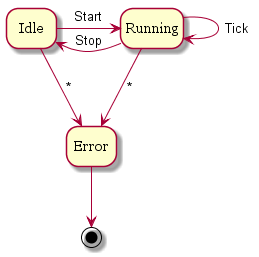
Earlier version of the PlantUML export ideas/timer_fsm.png (spritefullake/pomodoro). Its diagram source:
```plantuml
@startuml
skinparam state{
    FontName Georgia
}
hide empty description

Idle -right-> Running : Start
Running -left-> Idle : Stop
Running --> Running : Tick

Idle --> Error : *
Running --> Error : *

Error --> [*]

@enduml
```
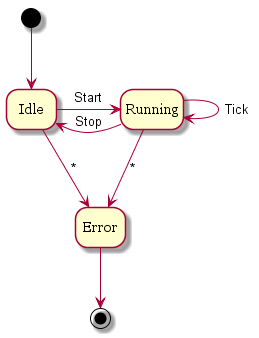
The same file after the commit.

Commit message:
removed timer name field & updated fsm diagram

Change to the diagram source:
```diff
@@ -4,13 +4,12 @@
 }
 hide empty description
 
+[*] --> Idle
 Idle -right-> Running : Start
 Running -left-> Idle : Stop
 Running --> Running : Tick
-
 Idle --> Error : *
 Running --> Error : *
-
 Error --> [*]
 
 @enduml
```
